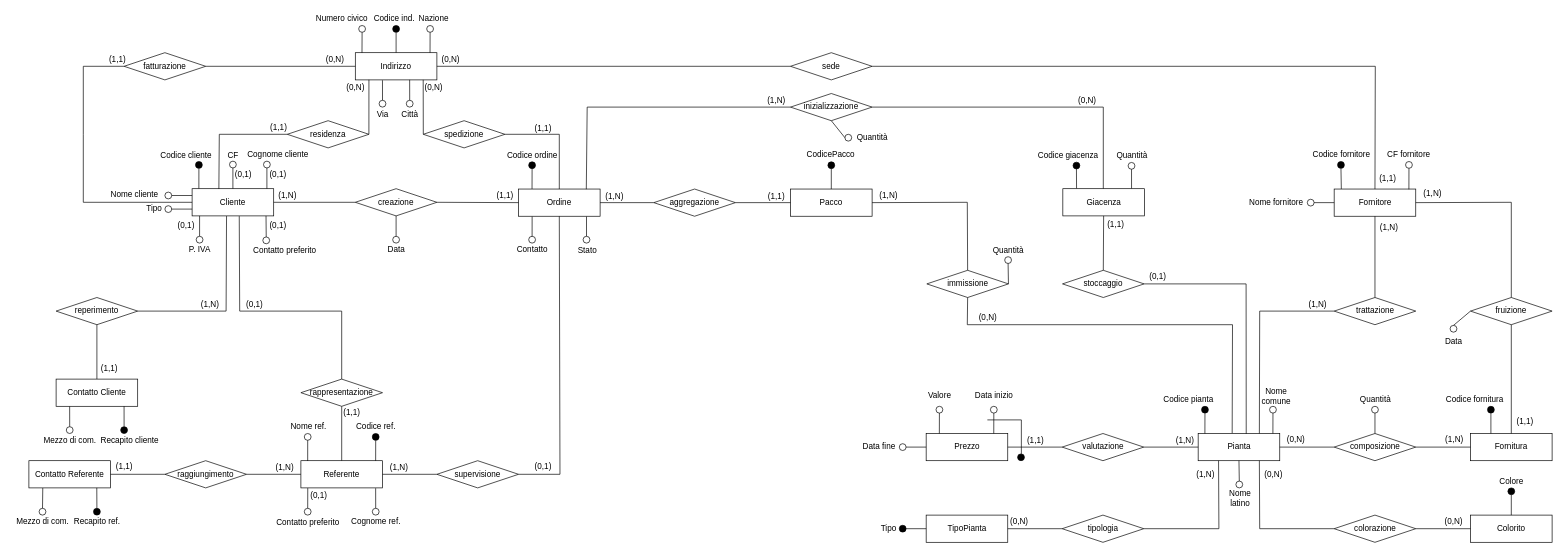
Earlier version of the draw.io diagram ER-diagrams/ER-master-bis.drawio (nic-agos/Verde-S.R.L). Source tidied: cells renumbered, new cells numbered last; positions are measured from the earlier drawing's top-left corner, leaving out a move shared by most shapes. Both pictures are drawn from the tidied source at 68%, with x=0, y=0 at pixel (12, 12).
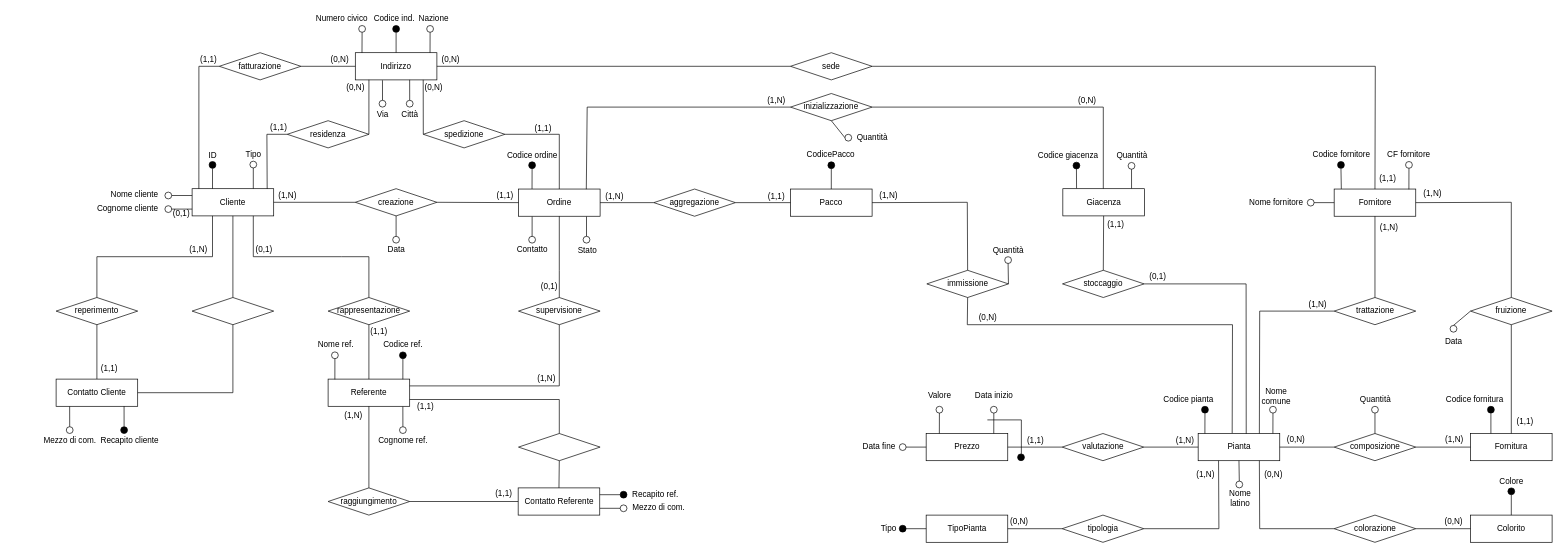
The same page after the edit.

Unchanged cells that the change refers to:
```xml
<mxCell id="2" value="Cliente" style="rounded=0;whiteSpace=wrap;html=1;strokeWidth=1;perimeterSpacing=0;" parent="1" vertex="1">
  <mxGeometry x="265" y="260" width="120" height="40" as="geometry" />
</mxCell>
<mxCell id="29" value="Ordine" style="rounded=0;whiteSpace=wrap;html=1;strokeWidth=1;perimeterSpacing=0;" parent="1" vertex="1">
  <mxGeometry x="745" y="260.5" width="120" height="40" as="geometry" />
</mxCell>
<mxCell id="174" value="reperimento" style="rhombus;whiteSpace=wrap;html=1;" parent="1" vertex="1">
  <mxGeometry x="65" y="420" width="120" height="40" as="geometry" />
</mxCell>
<mxCell id="195" value="residenza" style="rhombus;whiteSpace=wrap;html=1;" parent="1" vertex="1">
  <mxGeometry x="405" y="160" width="120" height="40" as="geometry" />
</mxCell>
<mxCell id="230" value="Contatto Cliente" style="rounded=0;whiteSpace=wrap;html=1;strokeWidth=1;perimeterSpacing=0;" parent="1" vertex="1">
  <mxGeometry x="65" y="540" width="120" height="40" as="geometry" />
</mxCell>
```

The edit, as a diff of the source:
```diff
@@
-    <mxCell id="3" style="endArrow=none;html=1;rounded=0;fillColor=#000000;exitX=0.5;exitY=1;exitDx=0;exitDy=0;entryX=0.083;entryY=-0.005;entryDx=0;entryDy=0;entryPerimeter=0;" parent="1" edge="1" source="4" target="2">
+    <mxCell id="3" style="endArrow=none;html=1;rounded=0;fillColor=#000000;exitX=0.5;exitY=1;exitDx=0;exitDy=0;entryX=0.25;entryY=0;entryDx=0;entryDy=0;" parent="1" edge="1" source="4" target="2">
       <mxGeometry relative="1" as="geometry" />
     </mxCell>
     <mxCell id="4" style="ellipse;whiteSpace=wrap;html=1;strokeWidth=1;fillColor=#000000;" parent="1" vertex="1">
-      <mxGeometry x="270" y="220" width="10" height="10" as="geometry" />
+      <mxGeometry x="290" y="220" width="10" height="10" as="geometry" />
     </mxCell>
-    <mxCell id="5" value="Codice cliente" style="text;html=1;align=center;verticalAlign=middle;strokeColor=none;fillColor=none;" parent="1" vertex="1">
-      <mxGeometry x="211" y="201" width="90" height="20" as="geometry" />
+    <mxCell id="5" value="ID" style="text;html=1;align=center;verticalAlign=middle;strokeColor=none;fillColor=none;" parent="1" vertex="1">
+      <mxGeometry x="280" y="201" width="30" height="20" as="geometry" />
     </mxCell>
-    <mxCell id="6" style="ellipse;whiteSpace=wrap;html=1;strokeWidth=1;fillColor=none;" parent="1" vertex="1">
-      <mxGeometry x="369" y="331" width="10" height="10" as="geometry" />
-    </mxCell>
-    <mxCell id="7" value="Contatto preferito" style="text;html=1;align=center;verticalAlign=middle;strokeColor=none;fillColor=none;" parent="1" vertex="1">
-      <mxGeometry x="346" y="341" width="110" height="20" as="geometry" />
-    </mxCell>
     <mxCell id="8" value="Referente" style="rounded=0;whiteSpace=wrap;html=1;strokeWidth=1;perimeterSpacing=0;" parent="1" vertex="1">
-      <mxGeometry x="425" y="660" width="120" height="40" as="geometry" />
+      <mxGeometry x="465" y="540" width="120" height="40" as="geometry" />
     </mxCell>
     <mxCell id="9" value="rappresentazione" style="rhombus;whiteSpace=wrap;html=1;" parent="1" vertex="1">
-      <mxGeometry x="425" y="540" width="120" height="40" as="geometry" />
+      <mxGeometry x="465" y="420" width="120" height="40" as="geometry" />
     </mxCell>
-    <mxCell id="10" style="endArrow=none;html=1;rounded=0;exitX=0.5;exitY=0;exitDx=0;exitDy=0;entryX=0.578;entryY=1.009;entryDx=0;entryDy=0;entryPerimeter=0;" parent="1" edge="1" source="9" target="2">
+    <mxCell id="10" style="endArrow=none;html=1;rounded=0;exitX=0.5;exitY=0;exitDx=0;exitDy=0;entryX=0.75;entryY=1;entryDx=0;entryDy=0;" parent="1" edge="1" source="9" target="2">
       <mxGeometry relative="1" as="geometry">
         <Array as="points">
-          <mxPoint x="485" y="440" />
-          <mxPoint x="335" y="440" />
+          <mxPoint x="525" y="360" />
+          <mxPoint x="485" y="360" />
+          <mxPoint x="355" y="360" />
         </Array>
       </mxGeometry>
     </mxCell>
@@
     <mxCell id="12" style="ellipse;whiteSpace=wrap;html=1;strokeWidth=1;fillColor=none;" parent="1" vertex="1">
-      <mxGeometry x="430" y="620" width="10" height="10" as="geometry" />
+      <mxGeometry x="470" y="500" width="10" height="10" as="geometry" />
     </mxCell>
@@
     <mxCell id="14" value="Nome ref." style="text;html=1;align=center;verticalAlign=middle;strokeColor=none;fillColor=none;" parent="1" vertex="1">
-      <mxGeometry x="401" y="600" width="70" height="20" as="geometry" />
+      <mxGeometry x="441" y="480" width="70" height="20" as="geometry" />
     </mxCell>
     <mxCell id="15" style="ellipse;whiteSpace=wrap;html=1;strokeWidth=1;fillColor=none;" parent="1" vertex="1">
-      <mxGeometry x="530" y="730" width="10" height="10" as="geometry" />
+      <mxGeometry x="570" y="610" width="10" height="10" as="geometry" />
     </mxCell>
@@
     <mxCell id="17" value="Cognome ref." style="text;html=1;align=center;verticalAlign=middle;strokeColor=none;fillColor=none;" parent="1" vertex="1">
-      <mxGeometry x="490" y="740" width="90" height="20" as="geometry" />
+      <mxGeometry x="530" y="620" width="90" height="20" as="geometry" />
     </mxCell>
-    <mxCell id="18" value="Contatto preferito" style="text;html=1;align=center;verticalAlign=middle;strokeColor=none;fillColor=none;" parent="1" vertex="1">
-      <mxGeometry x="380" y="741" width="110" height="20" as="geometry" />
-    </mxCell>
     <mxCell id="19" style="ellipse;whiteSpace=wrap;html=1;strokeWidth=1;fillColor=#000000;" parent="1" vertex="1">
-      <mxGeometry x="530" y="620" width="10" height="10" as="geometry" />
+      <mxGeometry x="570" y="500" width="10" height="10" as="geometry" />
     </mxCell>
     <mxCell id="20" value="(0,1)" style="text;html=1;strokeColor=none;fillColor=none;align=center;verticalAlign=middle;whiteSpace=wrap;rounded=0;" parent="1" vertex="1">
-      <mxGeometry x="327" y="415" width="60" height="30" as="geometry" />
+      <mxGeometry x="341" y="335" width="60" height="30" as="geometry" />
     </mxCell>
     <mxCell id="21" value="(1,1)" style="text;html=1;strokeColor=none;fillColor=none;align=center;verticalAlign=middle;whiteSpace=wrap;rounded=0;" parent="1" vertex="1">
-      <mxGeometry x="470" y="575" width="60" height="30" as="geometry" />
+      <mxGeometry x="510" y="455" width="60" height="30" as="geometry" />
     </mxCell>
-    <mxCell id="22" style="endArrow=none;html=1;rounded=0;entryX=0.906;entryY=1.001;entryDx=0;entryDy=0;entryPerimeter=0;exitX=0.5;exitY=0;exitDx=0;exitDy=0;" parent="1" edge="1" source="6" target="2">
-      <mxGeometry relative="1" as="geometry" />
-    </mxCell>
@@
-    <mxCell id="58" style="endArrow=none;html=1;rounded=0;entryX=0.084;entryY=1.008;entryDx=0;entryDy=0;entryPerimeter=0;exitX=0.5;exitY=0;exitDx=0;exitDy=0;" parent="1" edge="1" source="155" target="8">
-      <mxGeometry relative="1" as="geometry" />
-    </mxCell>
     <mxCell id="59" value="supervisione" style="rhombus;whiteSpace=wrap;html=1;" parent="1" vertex="1">
-      <mxGeometry x="625" y="660" width="120" height="40" as="geometry" />
+      <mxGeometry x="745" y="420" width="120" height="40" as="geometry" />
     </mxCell>
-    <mxCell id="60" style="endArrow=none;html=1;rounded=0;exitX=1;exitY=0.5;exitDx=0;exitDy=0;entryX=0;entryY=0.5;entryDx=0;entryDy=0;" parent="1" edge="1" source="8" target="59">
-      <mxGeometry relative="1" as="geometry" />
+    <mxCell id="60" style="endArrow=none;html=1;rounded=0;exitX=1;exitY=0.25;exitDx=0;exitDy=0;entryX=0.5;entryY=1;entryDx=0;entryDy=0;" parent="1" edge="1" source="8" target="59">
+      <mxGeometry relative="1" as="geometry">
+        <Array as="points">
+          <mxPoint x="805" y="550" />
+        </Array>
+      </mxGeometry>
     </mxCell>
-    <mxCell id="61" style="endArrow=none;html=1;rounded=0;exitX=1;exitY=0.5;exitDx=0;exitDy=0;entryX=0.5;entryY=1;entryDx=0;entryDy=0;" parent="1" edge="1" source="59" target="29">
+    <mxCell id="61" style="endArrow=none;html=1;rounded=0;exitX=0.5;exitY=0;exitDx=0;exitDy=0;entryX=0.5;entryY=1;entryDx=0;entryDy=0;" parent="1" edge="1" source="59" target="29">
       <mxGeometry relative="1" as="geometry">
         <Array as="points">
-          <mxPoint x="806" y="680" />
+          <mxPoint x="805" y="380" />
         </Array>
       </mxGeometry>
     </mxCell>
@@
     <mxCell id="94" value="(0,1)" style="text;html=1;align=center;verticalAlign=middle;strokeColor=none;fillColor=none;" parent="1" vertex="1">
-      <mxGeometry x="761" y="659" width="40" height="20" as="geometry" />
+      <mxGeometry x="770" y="394" width="40" height="20" as="geometry" />
     </mxCell>
     <mxCell id="95" value="(1,N)" style="text;html=1;align=center;verticalAlign=middle;strokeColor=none;fillColor=none;" parent="1" vertex="1">
-      <mxGeometry x="549" y="660" width="40" height="20" as="geometry" />
+      <mxGeometry x="765.5" y="530" width="40" height="20" as="geometry" />
     </mxCell>
@@
-    <mxCell id="148" value="(0,1)" style="text;html=1;align=center;verticalAlign=middle;strokeColor=none;fillColor=none;" parent="1" vertex="1">
-      <mxGeometry x="371" y="305" width="40" height="20" as="geometry" />
-    </mxCell>
     <mxCell id="149" style="ellipse;whiteSpace=wrap;html=1;strokeWidth=1;fillColor=#000000;" parent="1" vertex="1">
-      <mxGeometry x="120" y="730" width="10" height="10" as="geometry" />
+      <mxGeometry x="894.5" y="705" width="10" height="10" as="geometry" />
     </mxCell>
     <mxCell id="150" style="ellipse;whiteSpace=wrap;html=1;strokeWidth=1;fillColor=none;" parent="1" vertex="1">
-      <mxGeometry x="40" y="730" width="10" height="10" as="geometry" />
+      <mxGeometry x="894.5" y="725" width="10" height="10" as="geometry" />
     </mxCell>
-    <mxCell id="151" style="endArrow=none;html=1;rounded=0;entryX=0.17;entryY=1.005;entryDx=0;entryDy=0;exitX=0.5;exitY=0;exitDx=0;exitDy=0;entryPerimeter=0;" parent="1" edge="1" source="150" target="157">
+    <mxCell id="151" style="endArrow=none;html=1;rounded=0;entryX=1;entryY=0.75;entryDx=0;entryDy=0;exitX=0;exitY=0.5;exitDx=0;exitDy=0;" parent="1" edge="1" source="150" target="157">
       <mxGeometry relative="1" as="geometry" />
     </mxCell>
     <mxCell id="152" value="Recapito ref." style="text;html=1;align=center;verticalAlign=middle;strokeColor=none;fillColor=none;" parent="1" vertex="1">
-      <mxGeometry x="85" y="740" width="80" height="20" as="geometry" />
+      <mxGeometry x="906" y="700" width="80" height="20" as="geometry" />
     </mxCell>
     <mxCell id="153" value="Mezzo di com." style="text;html=1;align=center;verticalAlign=middle;strokeColor=none;fillColor=none;" parent="1" vertex="1">
-      <mxGeometry y="740" width="90" height="20" as="geometry" />
+      <mxGeometry x="906" y="719" width="90" height="20" as="geometry" />
     </mxCell>
-    <mxCell id="154" value="(0,1)" style="text;html=1;align=center;verticalAlign=middle;strokeColor=none;fillColor=none;" parent="1" vertex="1">
-      <mxGeometry x="431" y="701" width="40" height="20" as="geometry" />
-    </mxCell>
-    <mxCell id="155" style="ellipse;whiteSpace=wrap;html=1;strokeWidth=1;fillColor=none;" parent="1" vertex="1">
-      <mxGeometry x="430" y="730" width="10" height="10" as="geometry" />
-    </mxCell>
@@
     <mxCell id="157" value="Contatto Referente" style="rounded=0;whiteSpace=wrap;html=1;strokeWidth=1;perimeterSpacing=0;" parent="1" vertex="1">
-      <mxGeometry x="25" y="660" width="120" height="40" as="geometry" />
+      <mxGeometry x="744.5" y="700" width="120" height="40" as="geometry" />
     </mxCell>
@@
     <mxCell id="159" value="Codice ref." style="text;html=1;align=center;verticalAlign=middle;strokeColor=none;fillColor=none;" parent="1" vertex="1">
-      <mxGeometry x="500" y="600" width="70" height="20" as="geometry" />
+      <mxGeometry x="540" y="480" width="70" height="20" as="geometry" />
     </mxCell>
@@
     <mxCell id="161" value="Cognome cliente" style="text;html=1;align=center;verticalAlign=middle;strokeColor=none;fillColor=none;" parent="1" vertex="1">
-      <mxGeometry x="336" y="199.5" width="110" height="20" as="geometry" />
+      <mxGeometry x="115" y="279" width="110" height="20" as="geometry" />
     </mxCell>
-    <mxCell id="162" style="ellipse;whiteSpace=wrap;html=1;strokeWidth=1;fillColor=none;" parent="1" vertex="1">
-      <mxGeometry x="271" y="330" width="10" height="10" as="geometry" />
-    </mxCell>
-    <mxCell id="163" style="endArrow=none;html=1;rounded=0;exitX=0.5;exitY=0;exitDx=0;exitDy=0;entryX=0.75;entryY=1;entryDx=0;entryDy=0;" parent="1" edge="1" source="162">
-      <mxGeometry relative="1" as="geometry">
-        <mxPoint x="276" y="300" as="targetPoint" />
-      </mxGeometry>
-    </mxCell>
     <mxCell id="164" value="(0,1)" style="text;html=1;align=center;verticalAlign=middle;strokeColor=none;fillColor=none;" parent="1" vertex="1">
-      <mxGeometry x="371" y="229" width="40" height="20" as="geometry" />
+      <mxGeometry x="229" y="287" width="40" height="20" as="geometry" />
     </mxCell>
-    <mxCell id="165" value="P. IVA" style="text;html=1;align=center;verticalAlign=middle;strokeColor=none;fillColor=none;" parent="1" vertex="1">
-      <mxGeometry x="251" y="340" width="50" height="20" as="geometry" />
-    </mxCell>
-    <mxCell id="166" value="(0,1)" style="text;html=1;align=center;verticalAlign=middle;strokeColor=none;fillColor=none;" parent="1" vertex="1">
-      <mxGeometry x="236" y="305" width="40" height="20" as="geometry" />
-    </mxCell>
@@
-    <mxCell id="169" value="CF" style="text;html=1;align=center;verticalAlign=middle;strokeColor=none;fillColor=none;" parent="1" vertex="1">
-      <mxGeometry x="310" y="201" width="30" height="20" as="geometry" />
-    </mxCell>
-    <mxCell id="170" value="(0,1)" style="text;html=1;align=center;verticalAlign=middle;strokeColor=none;fillColor=none;" parent="1" vertex="1">
-      <mxGeometry x="320" y="229" width="40" height="20" as="geometry" />
-    </mxCell>
     <mxCell id="171" value="Tipo" style="text;html=1;align=center;verticalAlign=middle;strokeColor=none;fillColor=none;" parent="1" vertex="1">
-      <mxGeometry x="189" y="280" width="40" height="20" as="geometry" />
+      <mxGeometry x="335" y="199.5" width="40" height="20" as="geometry" />
     </mxCell>
     <mxCell id="172" value="raggiungimento" style="rhombus;whiteSpace=wrap;html=1;" parent="1" vertex="1">
-      <mxGeometry x="225" y="660" width="120" height="40" as="geometry" />
+      <mxGeometry x="465" y="700" width="120" height="40" as="geometry" />
     </mxCell>
-    <mxCell id="173" style="endArrow=none;html=1;rounded=0;exitX=1;exitY=0.5;exitDx=0;exitDy=0;entryX=0;entryY=0.5;entryDx=0;entryDy=0;" parent="1" edge="1" source="172" target="8">
+    <mxCell id="173" style="endArrow=none;html=1;rounded=0;exitX=0.5;exitY=0;exitDx=0;exitDy=0;entryX=0.5;entryY=1;entryDx=0;entryDy=0;" parent="1" edge="1" source="172" target="8">
       <mxGeometry relative="1" as="geometry" />
     </mxCell>
@@
-    <mxCell id="176" style="endArrow=none;html=1;rounded=0;entryX=0.422;entryY=1.006;entryDx=0;entryDy=0;entryPerimeter=0;exitX=1;exitY=0.5;exitDx=0;exitDy=0;" parent="1" edge="1" source="174" target="2">
+    <mxCell id="176" style="endArrow=none;html=1;rounded=0;entryX=0.25;entryY=1;entryDx=0;entryDy=0;exitX=0.5;exitY=0;exitDx=0;exitDy=0;" parent="1" edge="1" source="174" target="2">
       <mxGeometry relative="1" as="geometry">
         <Array as="points">
-          <mxPoint x="315" y="440" />
+          <mxPoint x="125" y="360" />
+          <mxPoint x="295" y="360" />
         </Array>
       </mxGeometry>
     </mxCell>
@@
     <mxCell id="178" value="(1,N)" style="text;html=1;align=center;verticalAlign=middle;strokeColor=none;fillColor=none;" parent="1" vertex="1">
-      <mxGeometry x="271" y="420" width="40" height="20" as="geometry" />
+      <mxGeometry x="254" y="340" width="40" height="20" as="geometry" />
     </mxCell>
     <mxCell id="179" value="(1,1)" style="text;html=1;align=center;verticalAlign=middle;strokeColor=none;fillColor=none;" parent="1" vertex="1">
-      <mxGeometry x="145" y="659" width="40" height="20" as="geometry" />
+      <mxGeometry x="588" y="570" width="40" height="20" as="geometry" />
     </mxCell>
     <mxCell id="180" value="(1,N)" style="text;html=1;align=center;verticalAlign=middle;strokeColor=none;fillColor=none;" parent="1" vertex="1">
-      <mxGeometry x="381" y="660" width="40" height="20" as="geometry" />
+      <mxGeometry x="482" y="584" width="40" height="20" as="geometry" />
     </mxCell>
-    <mxCell id="181" style="endArrow=none;html=1;rounded=0;fillColor=#000000;exitX=0.5;exitY=1;exitDx=0;exitDy=0;entryX=0.5;entryY=0;entryDx=0;entryDy=0;" parent="1" edge="1" source="182" target="2">
+    <mxCell id="181" style="endArrow=none;html=1;rounded=0;fillColor=#000000;exitX=0.5;exitY=1;exitDx=0;exitDy=0;entryX=0.75;entryY=0;entryDx=0;entryDy=0;" parent="1" edge="1" source="182" target="2">
       <mxGeometry relative="1" as="geometry" />
     </mxCell>
     <mxCell id="182" style="ellipse;whiteSpace=wrap;html=1;strokeWidth=1;fillColor=none;" parent="1" vertex="1">
-      <mxGeometry x="320" y="219.5" width="10" height="10" as="geometry" />
+      <mxGeometry x="350" y="219.5" width="10" height="10" as="geometry" />
     </mxCell>
-    <mxCell id="183" style="endArrow=none;html=1;rounded=0;fillColor=#000000;exitX=0.5;exitY=1;exitDx=0;exitDy=0;" parent="1" edge="1" source="184">
-      <mxGeometry relative="1" as="geometry">
-        <mxPoint x="375" y="260" as="targetPoint" />
-      </mxGeometry>
-    </mxCell>
-    <mxCell id="184" style="ellipse;whiteSpace=wrap;html=1;strokeWidth=1;fillColor=none;" parent="1" vertex="1">
-      <mxGeometry x="370" y="219.5" width="10" height="10" as="geometry" />
-    </mxCell>
@@
     <mxCell id="196" value="fatturazione" style="rhombus;whiteSpace=wrap;html=1;" parent="1" vertex="1">
-      <mxGeometry x="165" y="60" width="120" height="40" as="geometry" />
+      <mxGeometry x="305" y="60" width="120" height="40" as="geometry" />
     </mxCell>
@@
-    <mxCell id="210" style="endArrow=none;html=1;rounded=0;exitX=0.328;exitY=0.009;exitDx=0;exitDy=0;exitPerimeter=0;entryX=0;entryY=0.5;entryDx=0;entryDy=0;" parent="1" edge="1" source="2" target="195">
+    <mxCell id="210" style="endArrow=none;html=1;rounded=0;entryX=0;entryY=0.5;entryDx=0;entryDy=0;exitX=0.92;exitY=0.006;exitDx=0;exitDy=0;exitPerimeter=0;" parent="1" edge="1" source="2" target="195">
       <mxGeometry relative="1" as="geometry">
         <Array as="points">
-          <mxPoint x="305" y="180" />
+          <mxPoint x="375" y="180" />
         </Array>
       </mxGeometry>
     </mxCell>
@@
-    <mxCell id="212" style="endArrow=none;html=1;rounded=0;entryX=0;entryY=0.5;entryDx=0;entryDy=0;exitX=0;exitY=0.5;exitDx=0;exitDy=0;" parent="1" edge="1" source="196" target="2">
-      <mxGeometry relative="1" as="geometry">
-        <Array as="points">
-          <mxPoint x="105" y="80" />
-          <mxPoint x="105" y="180" />
-          <mxPoint x="105" y="280" />
-        </Array>
-      </mxGeometry>
-    </mxCell>
@@
     <mxCell id="214" value="(0,N)" style="text;html=1;align=center;verticalAlign=middle;strokeColor=none;fillColor=none;" parent="1" vertex="1">
-      <mxGeometry x="455" y="60" width="40" height="20" as="geometry" />
+      <mxGeometry x="462" y="60" width="40" height="20" as="geometry" />
     </mxCell>
@@
     <mxCell id="220" value="(1,1)" style="text;html=1;align=center;verticalAlign=middle;strokeColor=none;fillColor=none;" parent="1" vertex="1">
-      <mxGeometry x="135" y="60" width="40" height="20" as="geometry" />
+      <mxGeometry x="269" y="60" width="40" height="20" as="geometry" />
     </mxCell>
@@
-    <mxCell id="228" style="endArrow=none;html=1;rounded=0;exitX=1;exitY=0.5;exitDx=0;exitDy=0;entryX=0;entryY=0.5;entryDx=0;entryDy=0;" parent="1" edge="1" source="157" target="172">
-      <mxGeometry relative="1" as="geometry" />
-    </mxCell>
-    <mxCell id="229" style="endArrow=none;html=1;rounded=0;exitX=0.5;exitY=0;exitDx=0;exitDy=0;entryX=0.832;entryY=1;entryDx=0;entryDy=0;entryPerimeter=0;" parent="1" edge="1" source="149" target="157">
+    <mxCell id="229" style="endArrow=none;html=1;rounded=0;exitX=0;exitY=0.5;exitDx=0;exitDy=0;entryX=1;entryY=0.25;entryDx=0;entryDy=0;" parent="1" edge="1" source="149" target="157">
       <mxGeometry relative="1" as="geometry" />
     </mxCell>
@@
+    <mxCell id="247" style="endArrow=none;html=1;rounded=0;entryX=0;entryY=0.5;entryDx=0;entryDy=0;exitX=0.083;exitY=0.005;exitDx=0;exitDy=0;exitPerimeter=0;" parent="1" edge="1" source="2" target="196">
+      <mxGeometry relative="1" as="geometry">
+        <Array as="points">
+          <mxPoint x="275" y="80" />
+        </Array>
+      </mxGeometry>
+    </mxCell>
+    <mxCell id="248" style="rhombus;whiteSpace=wrap;html=1;" parent="1" vertex="1">
+      <mxGeometry x="265" y="420" width="120" height="40" as="geometry" />
+    </mxCell>
+    <mxCell id="249" style="endArrow=none;html=1;rounded=0;exitX=0.5;exitY=0;exitDx=0;exitDy=0;entryX=0.5;entryY=1;entryDx=0;entryDy=0;" parent="1" edge="1" source="248" target="2">
+      <mxGeometry relative="1" as="geometry" />
+    </mxCell>
+    <mxCell id="250" style="endArrow=none;html=1;rounded=0;exitX=1;exitY=0.5;exitDx=0;exitDy=0;entryX=0.5;entryY=1;entryDx=0;entryDy=0;" parent="1" edge="1" source="230" target="248">
+      <mxGeometry relative="1" as="geometry">
+        <Array as="points">
+          <mxPoint x="325" y="560" />
+        </Array>
+      </mxGeometry>
+    </mxCell>
+    <mxCell id="251" style="rhombus;whiteSpace=wrap;html=1;" parent="1" vertex="1">
+      <mxGeometry x="745" y="620" width="120" height="40" as="geometry" />
+    </mxCell>
+    <mxCell id="252" style="endArrow=none;html=1;rounded=0;entryX=0.5;entryY=0;entryDx=0;entryDy=0;exitX=1;exitY=0.75;exitDx=0;exitDy=0;" parent="1" edge="1" source="8" target="251">
+      <mxGeometry relative="1" as="geometry">
+        <Array as="points">
+          <mxPoint x="805" y="570" />
+        </Array>
+      </mxGeometry>
+    </mxCell>
+    <mxCell id="253" style="endArrow=none;html=1;rounded=0;entryX=0.5;entryY=1;entryDx=0;entryDy=0;exitX=0.5;exitY=0;exitDx=0;exitDy=0;" parent="1" edge="1" source="157" target="251">
+      <mxGeometry relative="1" as="geometry" />
+    </mxCell>
+    <mxCell id="254" style="endArrow=none;html=1;rounded=0;exitX=1;exitY=0.5;exitDx=0;exitDy=0;entryX=0;entryY=0.5;entryDx=0;entryDy=0;" parent="1" edge="1" source="172" target="157">
+      <mxGeometry relative="1" as="geometry" />
+    </mxCell>
+    <mxCell id="255" value="(1,1)" style="text;html=1;align=center;verticalAlign=middle;strokeColor=none;fillColor=none;" parent="1" vertex="1">
+      <mxGeometry x="703" y="699" width="40" height="20" as="geometry" />
+    </mxCell>
```
